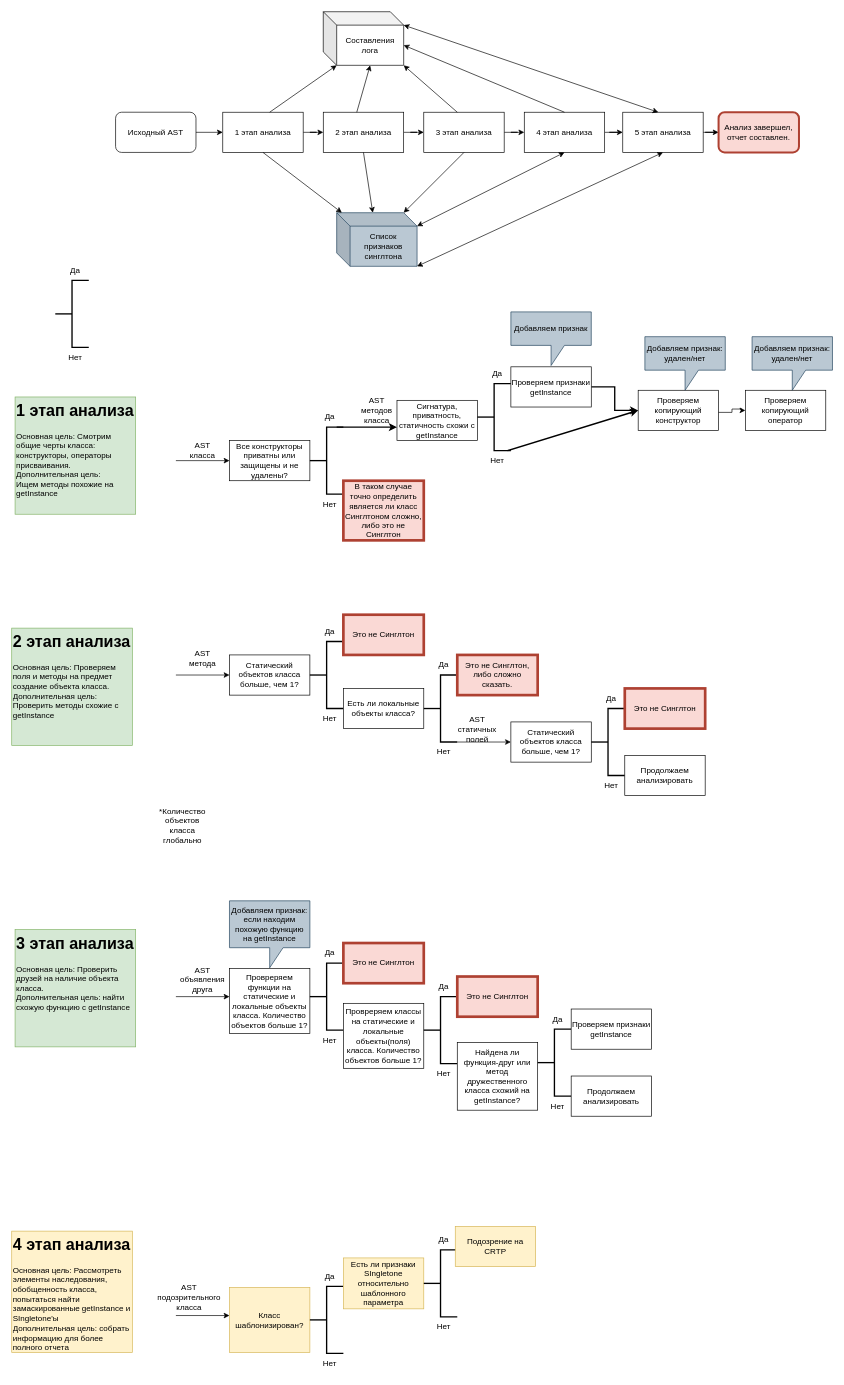
Above: CheckerDiagram.drawio in eastpriSs/SingletonChecker (draw.io), before the change. Source tidied: cells renumbered, new cells numbered last; positions are measured from the earlier drawing's top-left corner, leaving out a move shared by most shapes. Both pictures are drawn from the tidied source at 67%, with x=0, y=0 at pixel (11, 11).
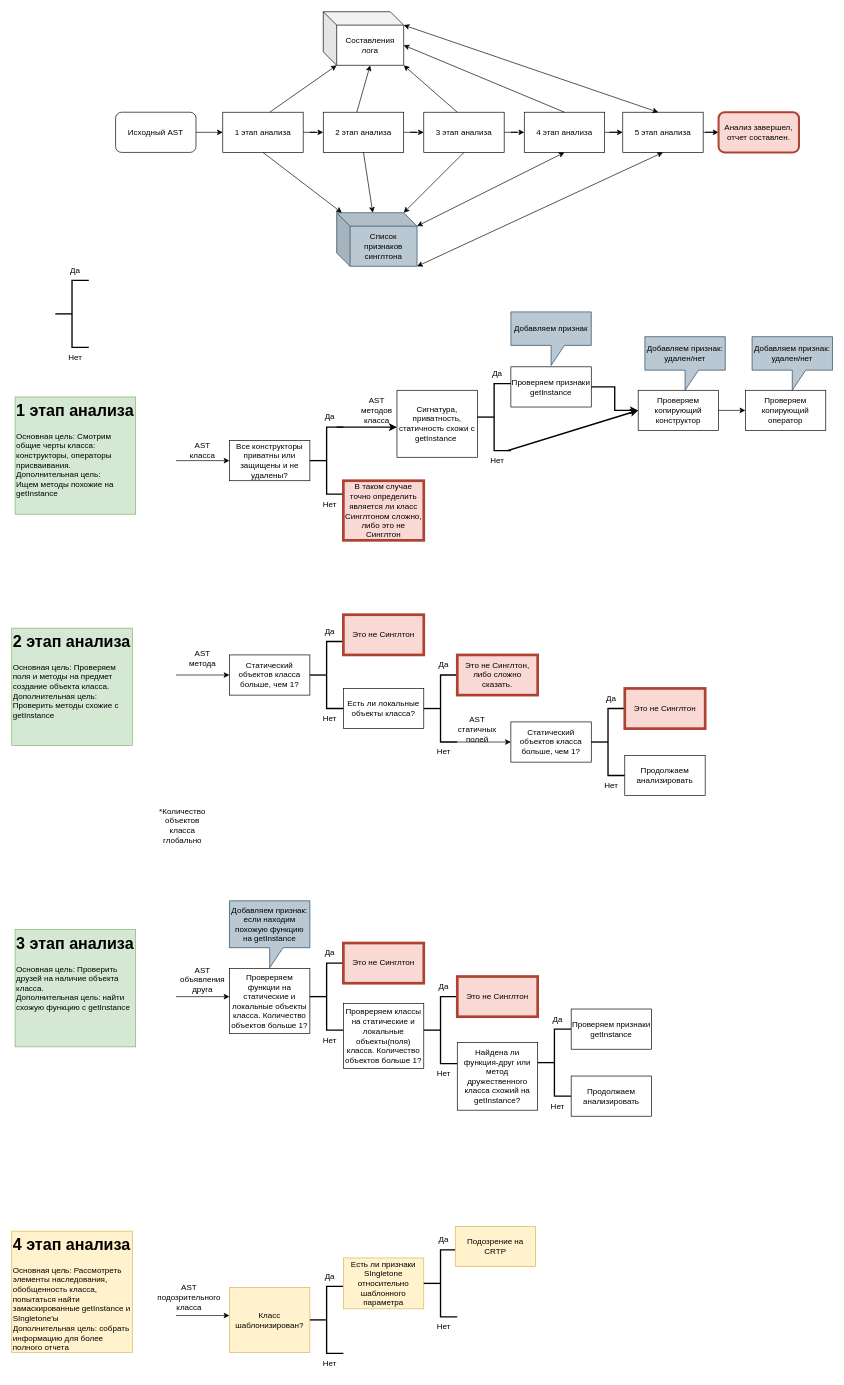
After the change.

The change refers to these unchanged cells:
```xml
<mxCell id="46" value="Проверяем копирующий конструктор" style="rounded=0;whiteSpace=wrap;html=1;" parent="1" vertex="1">
  <mxGeometry x="935" y="565" width="120" height="60" as="geometry" />
</mxCell>
<mxCell id="50" value="Проверяем копирующий оператор" style="rounded=0;whiteSpace=wrap;html=1;" parent="1" vertex="1">
  <mxGeometry x="1095" y="565" width="120" height="60" as="geometry" />
</mxCell>
```

Change to the diagram source:
```diff
@@
-    <mxCell id="39" value="Сигнатура, приватность, статичность схожи с getInstance" style="rounded=0;whiteSpace=wrap;html=1;" parent="1" vertex="1">
-      <mxGeometry x="575" y="580" width="120" height="60" as="geometry" />
+    <mxCell id="39" value="Сигнатура, приватность, статичность схожи с getInstance&amp;nbsp;" style="rounded=0;whiteSpace=wrap;html=1;" parent="1" vertex="1">
+      <mxGeometry x="575" y="565" width="120" height="100" as="geometry" />
     </mxCell>
@@
-    <mxCell id="45" style="edgeStyle=orthogonalEdgeStyle;rounded=0;jettySize=auto;html=1;entryX=0;entryY=0.5;entryDx=0;entryDy=0;" parent="1" edge="1" target="50">
-      <mxGeometry relative="1" as="geometry">
-        <mxPoint x="1050" y="598" as="sourcePoint" />
-        <Array as="points">
-          <mxPoint x="1075" y="598" />
-          <mxPoint x="1075" y="593" />
-          <mxPoint x="1090" y="593" />
-          <mxPoint x="1090" y="595" />
-        </Array>
-      </mxGeometry>
-    </mxCell>
@@
+    <mxCell id="107" style="endArrow=classic;html=1;rounded=0;entryX=0;entryY=0.5;entryDx=0;entryDy=0;exitX=1;exitY=0.5;exitDx=0;exitDy=0;" parent="1" edge="1" source="46" target="50">
+      <mxGeometry relative="1" as="geometry" />
+    </mxCell>
```
